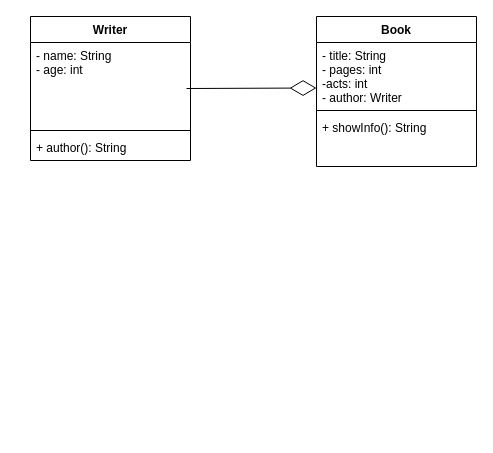
Nikita23072001/PP3 keeps this draw.io diagram as 07-07.drawio. Above is the earlier version. Source tidied: cells renumbered, new cells numbered last; positions are measured from the earlier drawing's top-left corner, leaving out a move shared by most shapes. Both pictures are drawn from the tidied source at 100%, with x=0, y=0 at pixel (30, 16).
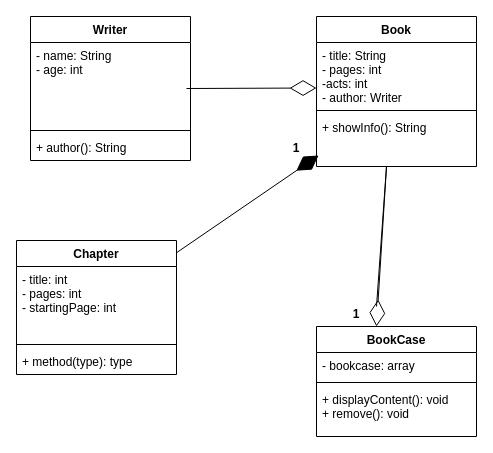
The same page after the edit.

The change refers to these unchanged cells:
```xml
<mxCell id="5" value="+ showInfo(): String" style="text;strokeColor=none;fillColor=none;align=left;verticalAlign=top;spacingLeft=4;spacingRight=4;overflow=hidden;points=[[0,0.5],[1,0.5]];portConstraint=eastwest;" parent="2" vertex="1">
  <mxGeometry y="98" width="160" height="52" as="geometry" />
</mxCell>
```

What changed in the source:
```diff
@@
+    <mxCell id="11" value="BookCase" style="swimlane;fontStyle=1;align=center;verticalAlign=top;horizontal=1;startSize=26;" parent="1" vertex="1">
+      <mxGeometry x="286" y="310" width="160" height="110" as="geometry" />
+    </mxCell>
+    <mxCell id="12" value="- bookcase: array" style="text;strokeColor=none;fillColor=none;align=left;verticalAlign=top;spacingLeft=4;spacingRight=4;overflow=hidden;" parent="11" vertex="1">
+      <mxGeometry y="26" width="160" height="26" as="geometry" />
+    </mxCell>
+    <mxCell id="13" style="line;strokeWidth=1;fillColor=none;align=left;verticalAlign=middle;spacingTop=-1;spacingLeft=3;spacingRight=3;labelPosition=right;" parent="11" vertex="1">
+      <mxGeometry y="52" width="160" height="8" as="geometry" />
+    </mxCell>
+    <mxCell id="14" value="+ displayContent(): void&#10;+ remove(): void" style="text;strokeColor=none;fillColor=none;align=left;verticalAlign=top;spacingLeft=4;spacingRight=4;overflow=hidden;" parent="11" vertex="1">
+      <mxGeometry y="60" width="160" height="50" as="geometry" />
+    </mxCell>
+    <mxCell id="15" style="endArrow=diamondThin;endFill=0;endSize=24;html=1;rounded=0;startArrow=none;" parent="1" edge="1">
+      <mxGeometry relative="1" as="geometry">
+        <mxPoint x="346" y="290" as="sourcePoint" />
+        <mxPoint x="346" y="310" as="targetPoint" />
+        <Array as="points">
+          <mxPoint x="356" y="150" />
+        </Array>
+      </mxGeometry>
+    </mxCell>
+    <mxCell id="16" value="1" style="text;align=center;fontStyle=1;verticalAlign=middle;spacingLeft=3;spacingRight=3;strokeColor=none;" parent="1" vertex="1">
+      <mxGeometry x="286" y="284" width="80" height="26" as="geometry" />
+    </mxCell>
+    <mxCell id="17" value="Chapter" style="swimlane;fontStyle=1;align=center;verticalAlign=top;horizontal=1;startSize=26;" parent="1" vertex="1">
+      <mxGeometry x="-14" y="224" width="160" height="134" as="geometry" />
+    </mxCell>
+    <mxCell id="18" value="- title: int&#10;- pages: int&#10;- startingPage: int" style="text;strokeColor=none;fillColor=none;align=left;verticalAlign=top;spacingLeft=4;spacingRight=4;overflow=hidden;" parent="17" vertex="1">
+      <mxGeometry y="26" width="160" height="74" as="geometry" />
+    </mxCell>
+    <mxCell id="19" style="line;strokeWidth=1;fillColor=none;align=left;verticalAlign=middle;spacingTop=-1;spacingLeft=3;spacingRight=3;labelPosition=right;" parent="17" vertex="1">
+      <mxGeometry y="100" width="160" height="8" as="geometry" />
+    </mxCell>
+    <mxCell id="20" value="+ method(type): type" style="text;strokeColor=none;fillColor=none;align=left;verticalAlign=top;spacingLeft=4;spacingRight=4;overflow=hidden;" parent="17" vertex="1">
+      <mxGeometry y="108" width="160" height="26" as="geometry" />
+    </mxCell>
+    <mxCell id="21" style="endArrow=diamondThin;endFill=1;endSize=24;html=1;rounded=0;entryX=0.013;entryY=0.788;entryDx=0;entryDy=0;entryPerimeter=0;" parent="1" edge="1" source="17" target="5">
+      <mxGeometry relative="1" as="geometry" />
+    </mxCell>
+    <mxCell id="22" value="1" style="text;align=center;fontStyle=1;verticalAlign=middle;spacingLeft=3;spacingRight=3;strokeColor=none;" parent="1" vertex="1">
+      <mxGeometry x="226" y="118" width="80" height="26" as="geometry" />
+    </mxCell>
```
